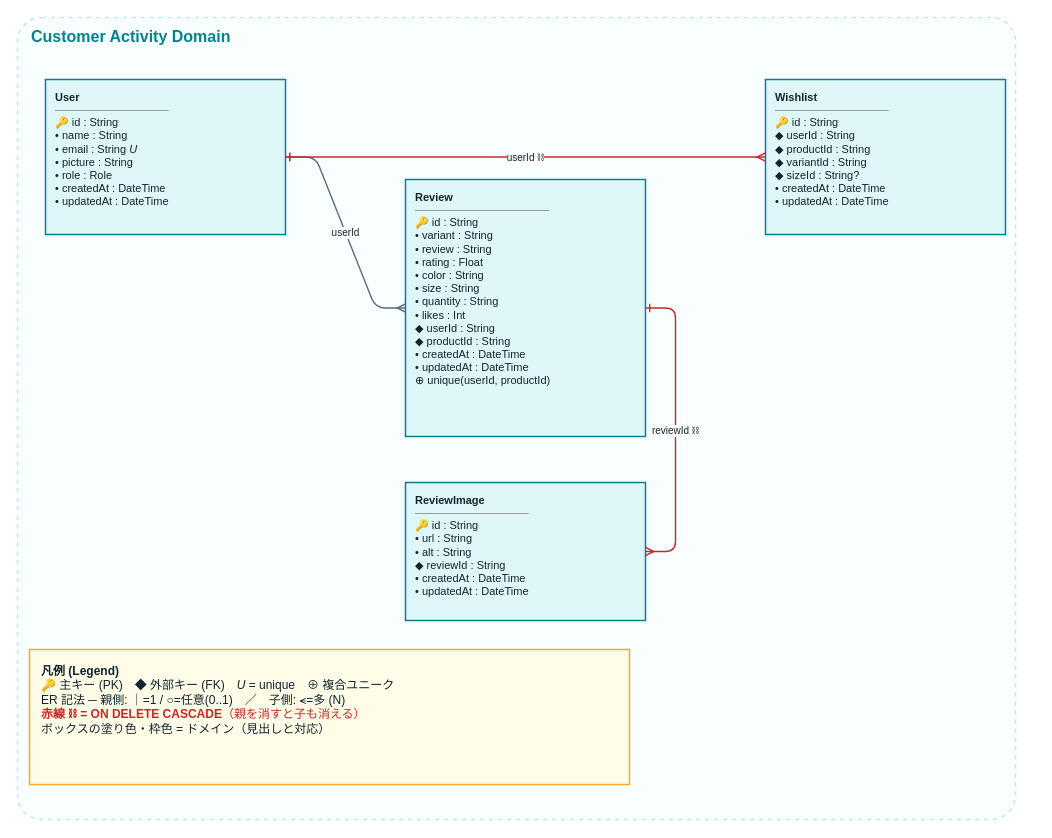
Above: page "3. Customer Activity" (3 of 8) of docs/architecture/data-model.drawio in myoshi2891/Multi-Vendor-E-Commerce (draw.io), before the change. Source tidied: cells renumbered, new cells numbered last; positions are measured from the earlier drawing's top-left corner, leaving out a move shared by most shapes. Both pictures are drawn from the tidied source at 100%, with x=0, y=0 at pixel (17, 17).
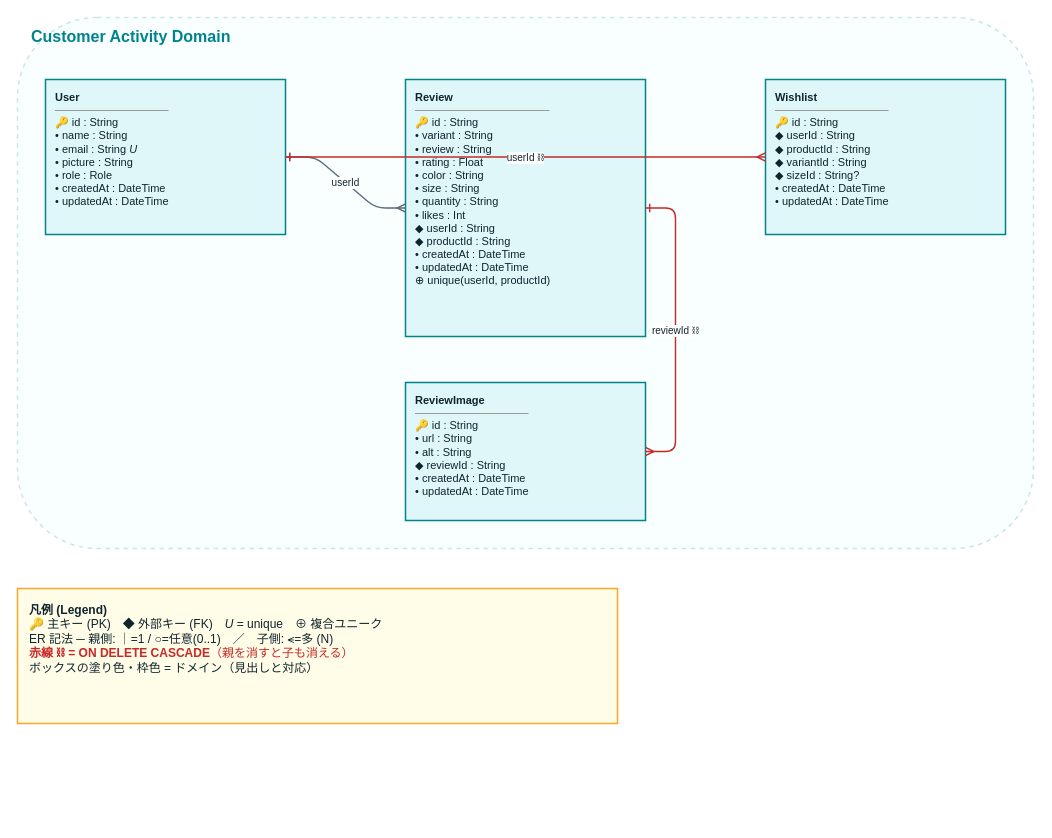
The same page after the edit.

Diff of the diagram source:
```diff
@@
 <mxGraphModel>
   <root>
     <mxCell id="0" />
     <mxCell id="1" parent="0" />
-    <mxCell id="2" style="rounded=1;fillColor=#E0F7FA;opacity=20;strokeColor=#00838F;dashed=1;strokeWidth=1.5;verticalAlign=top;arcSize=3;" parent="1" vertex="1">
-      <mxGeometry width="998" height="802" as="geometry" />
+    <mxCell id="2" style="rounded=1;fillColor=#E0F7FA;opacity=20;strokeColor=#00838F;dashed=1;strokeWidth=1.5;verticalAlign=top;" parent="1" vertex="1">
+      <mxGeometry width="1016" height="531" as="geometry" />
     </mxCell>
     <mxCell id="3" value="Customer Activity Domain" style="text;html=1;fontSize=16;fontStyle=1;fontColor=#00838F;align=left;verticalAlign=middle;" parent="1" vertex="1">
       <mxGeometry x="12" y="6" width="992" height="26" as="geometry" />
     </mxCell>
     <mxCell id="4" value="&lt;b&gt;User&lt;/b&gt;&lt;hr size=&quot;1&quot;/&gt;🔑 id : String&lt;br/&gt;• name : String&lt;br/&gt;• email : String &lt;i&gt;U&lt;/i&gt;&lt;br/&gt;• picture : String&lt;br/&gt;• role : Role&lt;br/&gt;• createdAt : DateTime&lt;br/&gt;• updatedAt : DateTime" style="rounded=2;whiteSpace=wrap;html=1;align=left;verticalAlign=top;spacingLeft=8;spacingTop=5;spacingRight=6;fillColor=#E0F7FA;strokeColor=#00838F;strokeWidth=1.5;fontSize=11;fontColor=#10242E;" parent="1" vertex="1">
       <mxGeometry x="28" y="62" width="240" height="155" as="geometry" />
     </mxCell>
     <mxCell id="5" value="&lt;b&gt;Review&lt;/b&gt;&lt;hr size=&quot;1&quot;/&gt;🔑 id : String&lt;br/&gt;• variant : String&lt;br/&gt;• review : String&lt;br/&gt;• rating : Float&lt;br/&gt;• color : String&lt;br/&gt;• size : String&lt;br/&gt;• quantity : String&lt;br/&gt;• likes : Int&lt;br/&gt;◆ userId : String&lt;br/&gt;◆ productId : String&lt;br/&gt;• createdAt : DateTime&lt;br/&gt;• updatedAt : DateTime&lt;br/&gt;⊕ unique(userId, productId)" style="rounded=2;whiteSpace=wrap;html=1;align=left;verticalAlign=top;spacingLeft=8;spacingTop=5;spacingRight=6;fillColor=#E0F7FA;strokeColor=#00838F;strokeWidth=1.5;fontSize=11;fontColor=#10242E;" parent="1" vertex="1">
-      <mxGeometry x="388" y="162" width="240" height="257" as="geometry" />
+      <mxGeometry x="388" y="62" width="240" height="257" as="geometry" />
     </mxCell>
     <mxCell id="6" value="&lt;b&gt;ReviewImage&lt;/b&gt;&lt;hr size=&quot;1&quot;/&gt;🔑 id : String&lt;br/&gt;• url : String&lt;br/&gt;• alt : String&lt;br/&gt;◆ reviewId : String&lt;br/&gt;• createdAt : DateTime&lt;br/&gt;• updatedAt : DateTime" style="rounded=2;whiteSpace=wrap;html=1;align=left;verticalAlign=top;spacingLeft=8;spacingTop=5;spacingRight=6;fillColor=#E0F7FA;strokeColor=#00838F;strokeWidth=1.5;fontSize=11;fontColor=#10242E;" parent="1" vertex="1">
-      <mxGeometry x="388" y="465" width="240" height="138" as="geometry" />
+      <mxGeometry x="388" y="365" width="240" height="138" as="geometry" />
     </mxCell>
     <mxCell id="7" value="&lt;b&gt;Wishlist&lt;/b&gt;&lt;hr size=&quot;1&quot;/&gt;🔑 id : String&lt;br/&gt;◆ userId : String&lt;br/&gt;◆ productId : String&lt;br/&gt;◆ variantId : String&lt;br/&gt;◆ sizeId : String?&lt;br/&gt;• createdAt : DateTime&lt;br/&gt;• updatedAt : DateTime" style="rounded=2;whiteSpace=wrap;html=1;align=left;verticalAlign=top;spacingLeft=8;spacingTop=5;spacingRight=6;fillColor=#E0F7FA;strokeColor=#00838F;strokeWidth=1.5;fontSize=11;fontColor=#10242E;" parent="1" vertex="1">
       <mxGeometry x="748" y="62" width="240" height="155" as="geometry" />
     </mxCell>
     <mxCell id="8" value="userId" style="edgeStyle=entityRelationEdgeStyle;rounded=1;html=1;fontSize=10;fontColor=#10242E;labelBackgroundColor=#FFFFFF;jumpStyle=arc;jumpSize=10;startArrow=ERone;startFill=0;endArrow=ERmany;endFill=0;strokeColor=#5B6B7B;strokeWidth=1.4;" parent="1" edge="1" source="4" target="5">
       <mxGeometry relative="1" as="geometry" />
     </mxCell>
     <mxCell id="9" value="reviewId ⛓" style="edgeStyle=entityRelationEdgeStyle;rounded=1;html=1;fontSize=10;fontColor=#10242E;labelBackgroundColor=#FFFFFF;jumpStyle=arc;jumpSize=10;startArrow=ERone;startFill=0;endArrow=ERmany;endFill=0;strokeColor=#C62828;strokeWidth=1.4;" parent="1" edge="1" source="5" target="6">
       <mxGeometry relative="1" as="geometry" />
     </mxCell>
     <mxCell id="10" value="userId ⛓" style="edgeStyle=entityRelationEdgeStyle;rounded=1;html=1;fontSize=10;fontColor=#10242E;labelBackgroundColor=#FFFFFF;jumpStyle=arc;jumpSize=10;startArrow=ERone;startFill=0;endArrow=ERmany;endFill=0;strokeColor=#C62828;strokeWidth=1.4;" parent="1" edge="1" source="4" target="7">
       <mxGeometry relative="1" as="geometry" />
     </mxCell>
     <mxCell id="11" value="&lt;b&gt;凡例 (Legend)&lt;/b&gt;&lt;br/&gt;🔑 主キー (PK)　◆ 外部キー (FK)　&lt;i&gt;U&lt;/i&gt; = unique　⊕ 複合ユニーク&lt;br/&gt;ER 記法 ─ 親側: ｜=1 / ○=任意(0..1)　／　子側: ⪪=多 (N)&lt;br/&gt;&lt;font color='#C62828'&gt;&lt;b&gt;赤線 ⛓ = ON DELETE CASCADE&lt;/b&gt;（親を消すと子も消える）&lt;/font&gt;&lt;br/&gt;ボックスの塗り色・枠色 = ドメイン（見出しと対応）" style="rounded=2;whiteSpace=wrap;html=1;align=left;verticalAlign=top;spacingLeft=10;spacingTop=8;fillColor=#FFFDE7;strokeColor=#F9A825;strokeWidth=1.5;fontSize=12;fontColor=#10242E;" parent="1" vertex="1">
-      <mxGeometry x="12" y="632" width="600" height="135" as="geometry" />
+      <mxGeometry y="571" width="600" height="135" as="geometry" />
     </mxCell>
   </root>
 </mxGraphModel>
```
